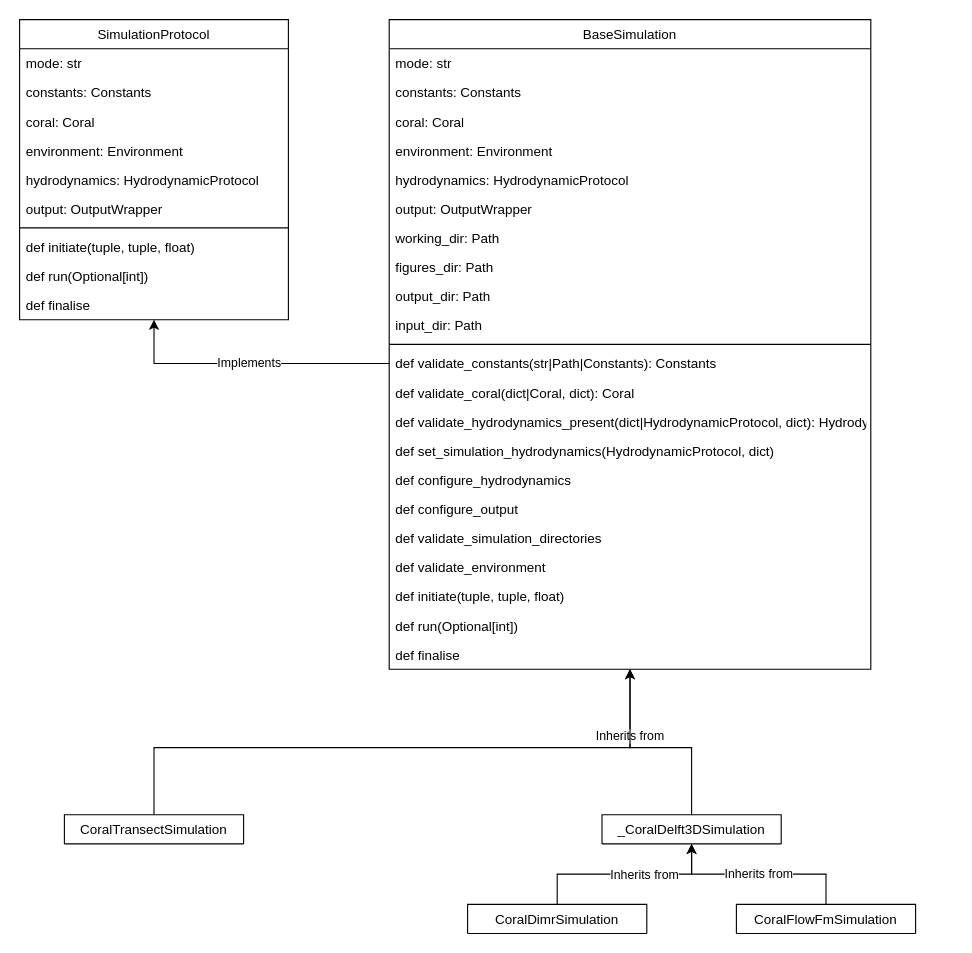
Earlier version of the draw.io diagram page "SimulationProtocol" (4 of 5) of docs/diagrams/general_class_diagram.drawio (Deltares-research/NBSDynamics). Source tidied: cells renumbered, new cells numbered last; positions are measured from the earlier drawing's top-left corner, leaving out a move shared by most shapes. Both pictures are drawn from the tidied source at 112%, with x=0, y=0 at pixel (19, 19).
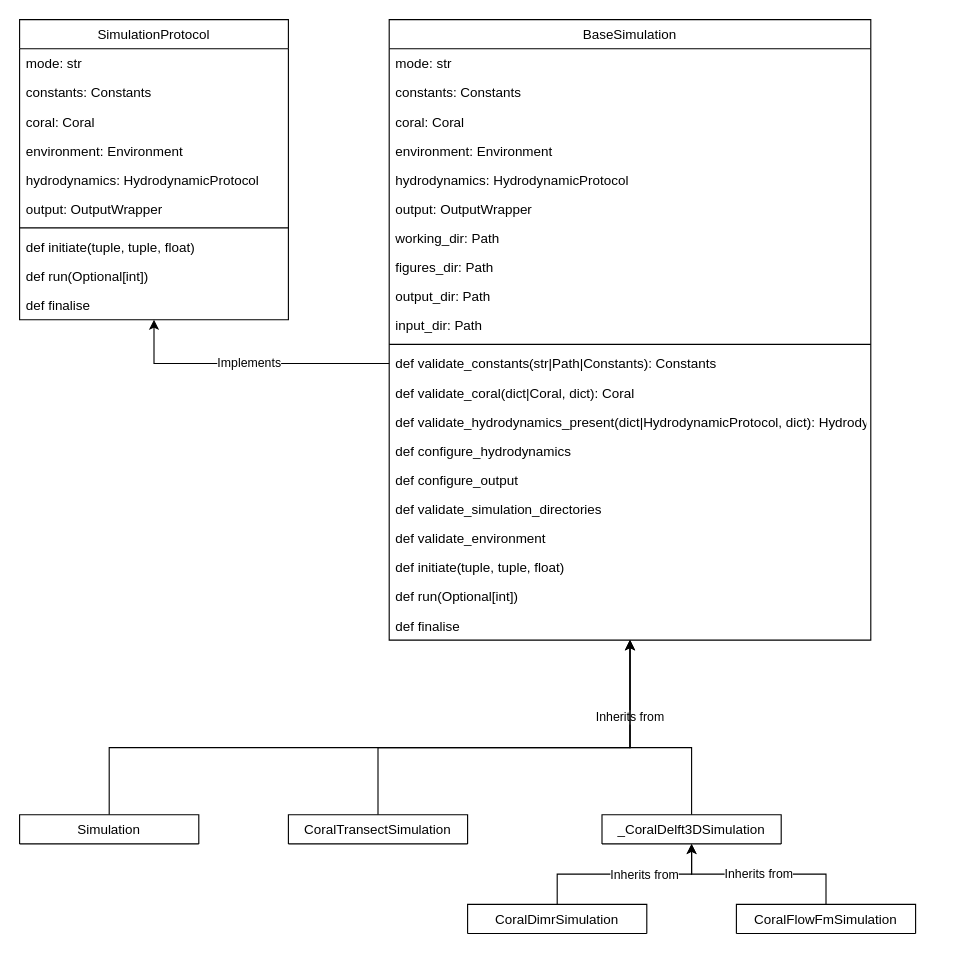
After the change.

What changed in the source:
```diff
@@
     <mxCell id="13" value="BaseSimulation" style="swimlane;fontStyle=0;align=center;verticalAlign=top;horizontal=1;startSize=26;rounded=0;shadow=0;strokeWidth=1;" parent="1" vertex="1">
-      <mxGeometry x="330" width="430" height="580" as="geometry" />
+      <mxGeometry x="330" width="430" height="554" as="geometry" />
     </mxCell>
@@
-    <mxCell id="28" value="def set_simulation_hydrodynamics(HydrodynamicProtocol, dict)" style="text;align=left;verticalAlign=top;spacingLeft=4;spacingRight=4;overflow=hidden;rounded=0;shadow=0;html=0;" parent="13" vertex="1">
-      <mxGeometry y="372" width="430" height="26" as="geometry" />
-    </mxCell>
     <mxCell id="29" value="def configure_hydrodynamics" style="text;align=left;verticalAlign=top;spacingLeft=4;spacingRight=4;overflow=hidden;rounded=0;shadow=0;html=0;" parent="13" vertex="1">
-      <mxGeometry y="398" width="430" height="26" as="geometry" />
+      <mxGeometry y="372" width="430" height="26" as="geometry" />
     </mxCell>
     <mxCell id="30" value="def configure_output" style="text;align=left;verticalAlign=top;spacingLeft=4;spacingRight=4;overflow=hidden;rounded=0;shadow=0;html=0;" parent="13" vertex="1">
-      <mxGeometry y="424" width="430" height="26" as="geometry" />
+      <mxGeometry y="398" width="430" height="26" as="geometry" />
     </mxCell>
     <mxCell id="31" value="def validate_simulation_directories" style="text;align=left;verticalAlign=top;spacingLeft=4;spacingRight=4;overflow=hidden;rounded=0;shadow=0;html=0;" parent="13" vertex="1">
-      <mxGeometry y="450" width="430" height="26" as="geometry" />
+      <mxGeometry y="424" width="430" height="26" as="geometry" />
     </mxCell>
     <mxCell id="32" value="def validate_environment" style="text;align=left;verticalAlign=top;spacingLeft=4;spacingRight=4;overflow=hidden;rounded=0;shadow=0;html=0;" parent="13" vertex="1">
-      <mxGeometry y="476" width="430" height="26" as="geometry" />
+      <mxGeometry y="450" width="430" height="26" as="geometry" />
     </mxCell>
     <mxCell id="33" value="def initiate(tuple, tuple, float)" style="text;align=left;verticalAlign=top;spacingLeft=4;spacingRight=4;overflow=hidden;rounded=0;shadow=0;html=0;" parent="13" vertex="1">
-      <mxGeometry y="502" width="430" height="26" as="geometry" />
+      <mxGeometry y="476" width="430" height="26" as="geometry" />
     </mxCell>
     <mxCell id="34" value="def run(Optional[int])" style="text;align=left;verticalAlign=top;spacingLeft=4;spacingRight=4;overflow=hidden;rounded=0;shadow=0;html=0;" parent="13" vertex="1">
-      <mxGeometry y="528" width="430" height="26" as="geometry" />
+      <mxGeometry y="502" width="430" height="26" as="geometry" />
     </mxCell>
     <mxCell id="35" value="def finalise" style="text;align=left;verticalAlign=top;spacingLeft=4;spacingRight=4;overflow=hidden;rounded=0;shadow=0;html=0;" parent="13" vertex="1">
-      <mxGeometry y="554" width="430" height="26" as="geometry" />
+      <mxGeometry y="528" width="430" height="26" as="geometry" />
     </mxCell>
@@
     <mxCell id="38" style="edgeStyle=orthogonalEdgeStyle;rounded=0;jettySize=auto;html=1;" parent="1" edge="1" source="39" target="13">
       <mxGeometry relative="1" as="geometry">
         <Array as="points">
-          <mxPoint x="120" y="650" />
+          <mxPoint x="320" y="650" />
           <mxPoint x="545" y="650" />
         </Array>
       </mxGeometry>
     </mxCell>
     <mxCell id="39" value="CoralTransectSimulation" style="swimlane;fontStyle=0;align=center;verticalAlign=top;horizontal=1;startSize=26;rounded=0;shadow=0;strokeWidth=1;" parent="1" vertex="1" collapsed="1">
-      <mxGeometry x="40" y="710" width="160" height="26" as="geometry" />
+      <mxGeometry x="240" y="710" width="160" height="26" as="geometry" />
     </mxCell>
@@
+    <mxCell id="46" style="edgeStyle=orthogonalEdgeStyle;rounded=0;jettySize=auto;html=1;exitX=0.5;exitY=0;exitDx=0;exitDy=0;" parent="1" edge="1" source="47" target="13">
+      <mxGeometry relative="1" as="geometry">
+        <Array as="points">
+          <mxPoint x="80" y="650" />
+          <mxPoint x="545" y="650" />
+        </Array>
+      </mxGeometry>
+    </mxCell>
+    <mxCell id="47" value="Simulation" style="swimlane;fontStyle=0;align=center;verticalAlign=top;horizontal=1;startSize=26;rounded=0;shadow=0;strokeWidth=1;" parent="1" vertex="1" collapsed="1">
+      <mxGeometry y="710" width="160" height="26" as="geometry" />
+    </mxCell>
```
